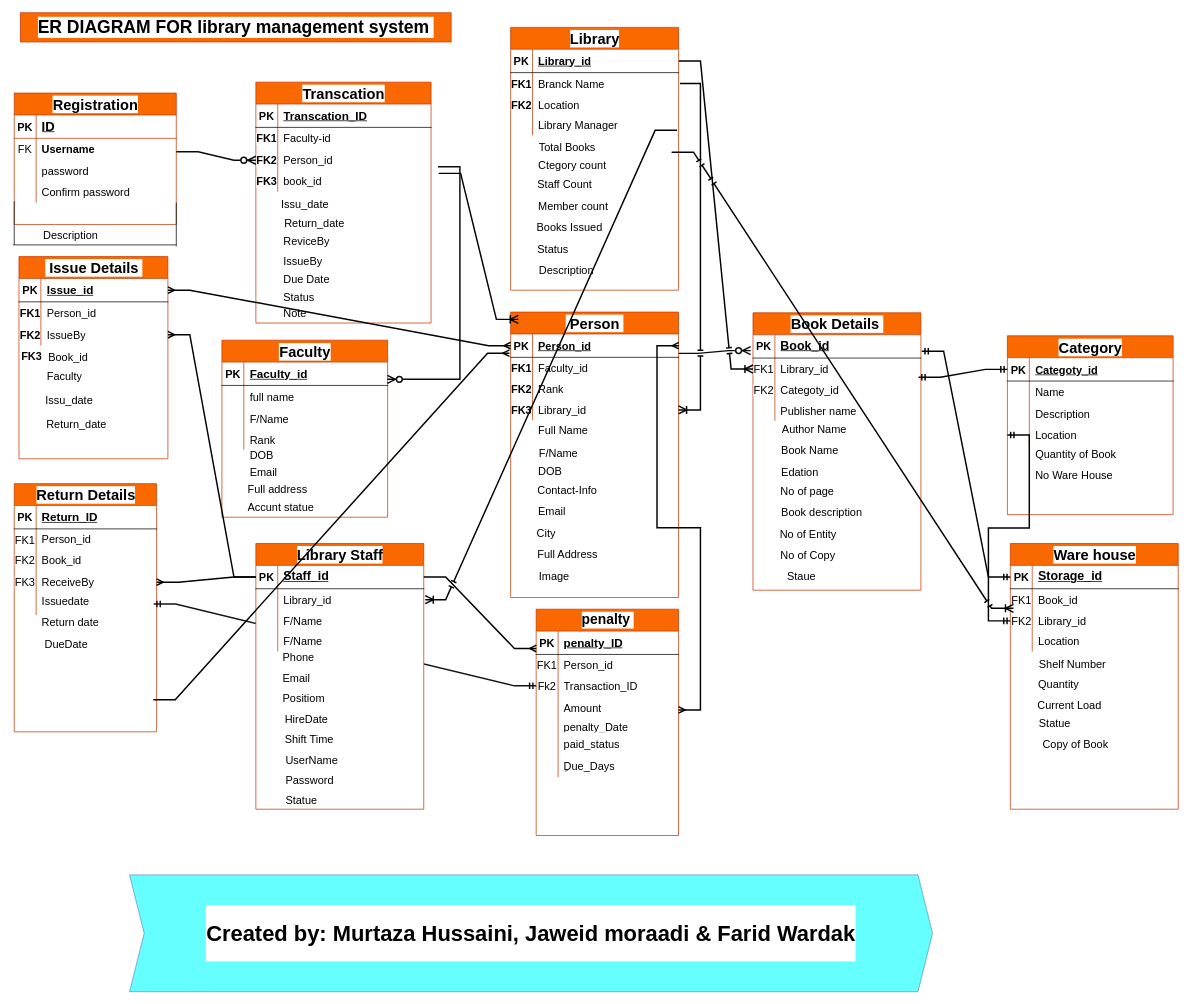
Above: ER-Diagram-Library-management-System.drawio in hussaini021/Library_management (draw.io), before the change. Source tidied: cells renumbered, new cells numbered last; positions are measured from the earlier drawing's top-left corner, leaving out a move shared by most shapes. Both pictures are drawn from the tidied source at 73%, with x=0, y=0 at pixel (12, 12).
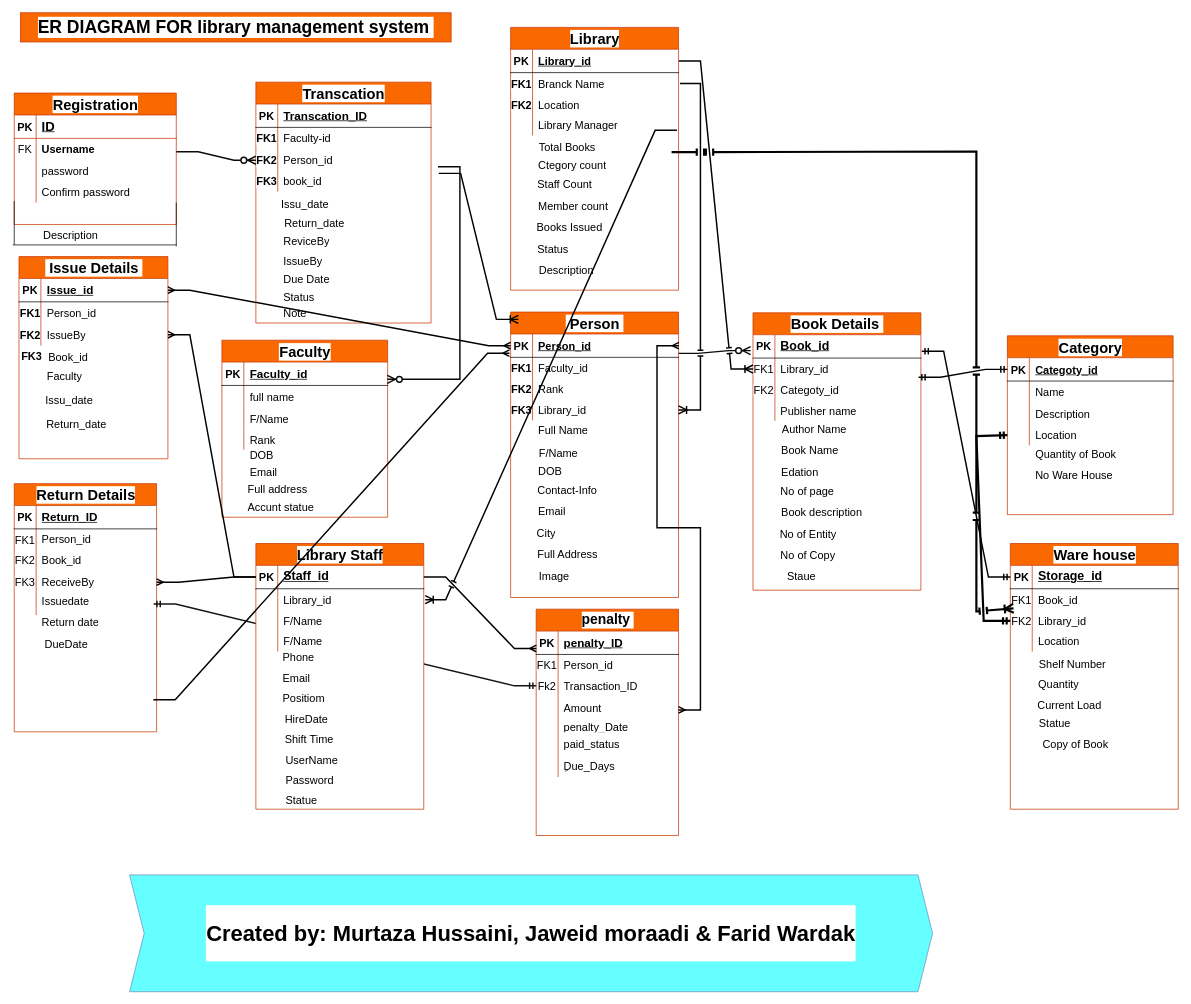
The same diagram, later.

The change refers to these unchanged cells:
```xml
<mxCell id="156" style="shape=tableRow;horizontal=0;startSize=0;swimlaneHead=0;swimlaneBody=0;fillColor=none;points=[[0,0.5],[1,0.5]];portConstraint=eastwest;top=0;left=0;right=0;bottom=0;labelBackgroundColor=#FFFFFF;fontSize=15;" parent="152" vertex="1">
  <mxGeometry y="62" width="230" height="30" as="geometry" />
</mxCell>
<mxCell id="159" style="shape=tableRow;horizontal=0;startSize=0;swimlaneHead=0;swimlaneBody=0;fillColor=none;points=[[0,0.5],[1,0.5]];portConstraint=eastwest;top=0;left=0;right=0;bottom=0;labelBackgroundColor=#FFFFFF;fontSize=15;" parent="152" vertex="1">
  <mxGeometry y="92" width="230" height="28" as="geometry" />
</mxCell>
<mxCell id="216" style="shape=tableRow;horizontal=0;startSize=0;swimlaneHead=0;swimlaneBody=0;fillColor=none;points=[[0,0.5],[1,0.5]];portConstraint=eastwest;top=0;left=0;right=0;bottom=0;labelBackgroundColor=#FFFFFF;swimlaneFillColor=default;strokeColor=default;fontSize=15;" parent="206" vertex="1">
  <mxGeometry y="122" width="227" height="28" as="geometry" />
</mxCell>
```

What changed in the source:
```diff
@@
-    <mxCell id="223" style="edgeStyle=entityRelationEdgeStyle;fontSize=12;html=1;endArrow=ERmandOne;startArrow=ERmandOne;rounded=0;entryX=0;entryY=0.5;entryDx=0;entryDy=0;strokeWidth=2;" parent="1" edge="1" source="159" target="216">
-      <mxGeometry relative="1" as="geometry" />
+    <mxCell id="223" style="fontSize=12;html=1;endArrow=ERmandOne;startArrow=ERmandOne;rounded=0;entryX=0;entryY=0.5;entryDx=0;entryDy=0;strokeWidth=3;exitX=0;exitY=0.5;exitDx=0;exitDy=0;" parent="1" edge="1" source="159" target="216">
+      <mxGeometry relative="1" as="geometry">
+        <Array as="points">
+          <mxPoint x="1330" y="833" />
+          <mxPoint x="1320" y="580" />
+        </Array>
+      </mxGeometry>
     </mxCell>
@@
-    <mxCell id="252" style="edgeStyle=entityRelationEdgeStyle;fontSize=12;html=1;endArrow=ERoneToMany;startArrow=none;rounded=0;labelBackgroundColor=light-dark(#171616, #121212);verticalAlign=middle;fontFamily=Verdana;labelBorderColor=default;textShadow=0;startFill=0;endSize=8;startSize=8;targetPerimeterSpacing=2;sourcePerimeterSpacing=2;strokeColor=light-dark(#000000,#BABDC0);jumpStyle=line;strokeWidth=2;fillColor=#cdeb8b;entryX=0.019;entryY=0.893;entryDx=0;entryDy=0;entryPerimeter=0;" parent="1" edge="1" target="156">
+    <mxCell id="252" style="fontSize=12;html=1;endArrow=ERoneToMany;startArrow=none;rounded=0;labelBackgroundColor=light-dark(#171616, #121212);verticalAlign=middle;fontFamily=Verdana;labelBorderColor=default;textShadow=0;startFill=0;endSize=8;startSize=8;targetPerimeterSpacing=2;sourcePerimeterSpacing=2;strokeColor=light-dark(#000000,#BABDC0);jumpStyle=line;strokeWidth=3;fillColor=#cdeb8b;entryX=0.019;entryY=0.893;entryDx=0;entryDy=0;entryPerimeter=0;" parent="1" edge="1" target="156">
       <mxGeometry relative="1" as="geometry">
         <mxPoint x="902.5" y="191" as="sourcePoint" />
         <Array as="points">
-          <mxPoint x="1010.8" y="477.2" />
-          <mxPoint x="921.3" y="320.2" />
-          <mxPoint x="981.3" y="340.2" />
+          <mxPoint x="1320" y="190" />
+          <mxPoint x="1320" y="820" />
         </Array>
       </mxGeometry>
     </mxCell>
```
